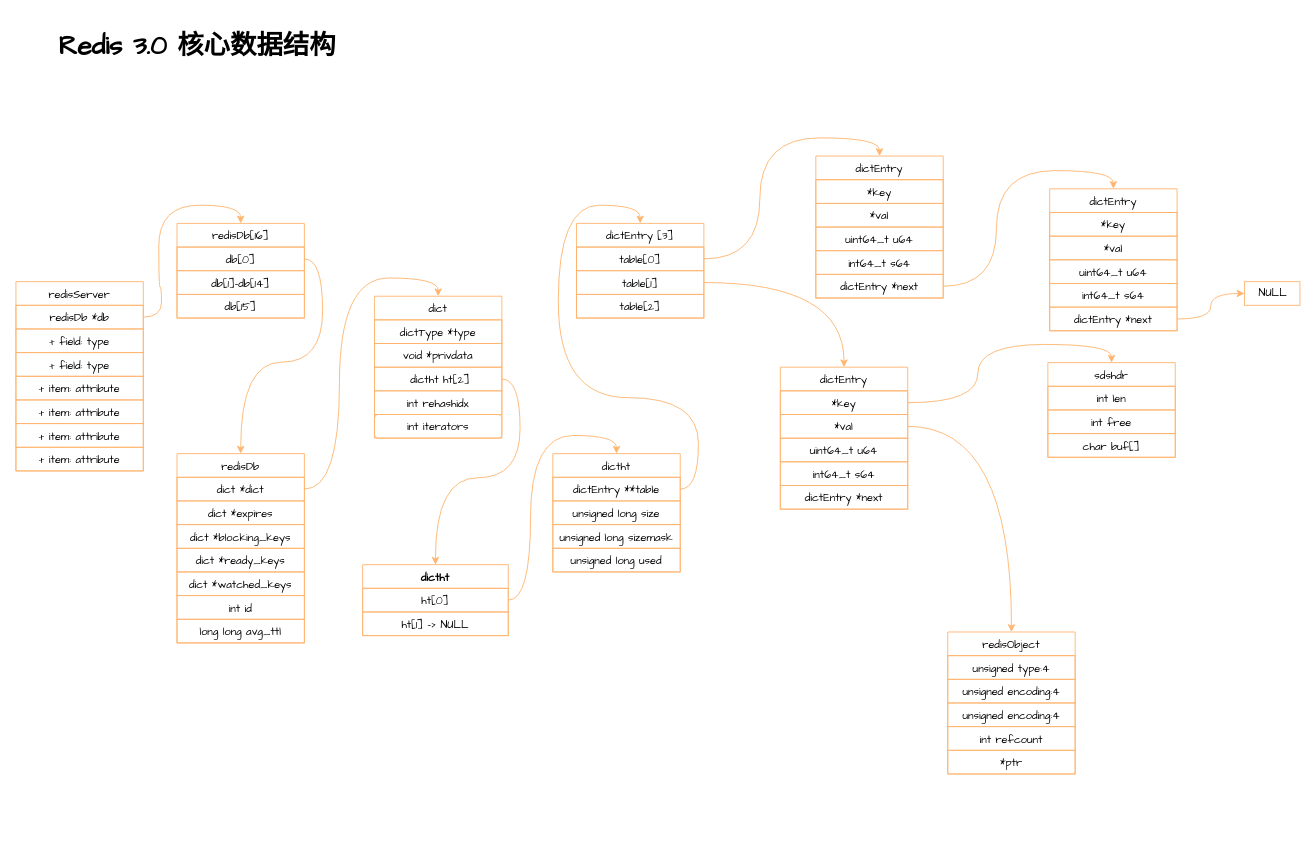
munding/drawio keeps this draw.io diagram as redis-main.drawio. Above is the earlier version. Source tidied: cells renumbered, new cells numbered last; positions are measured from the earlier drawing's top-left corner, leaving out a move shared by most shapes. Both pictures are drawn from the tidied source at 91%, with x=0, y=0 at pixel (15, 15).
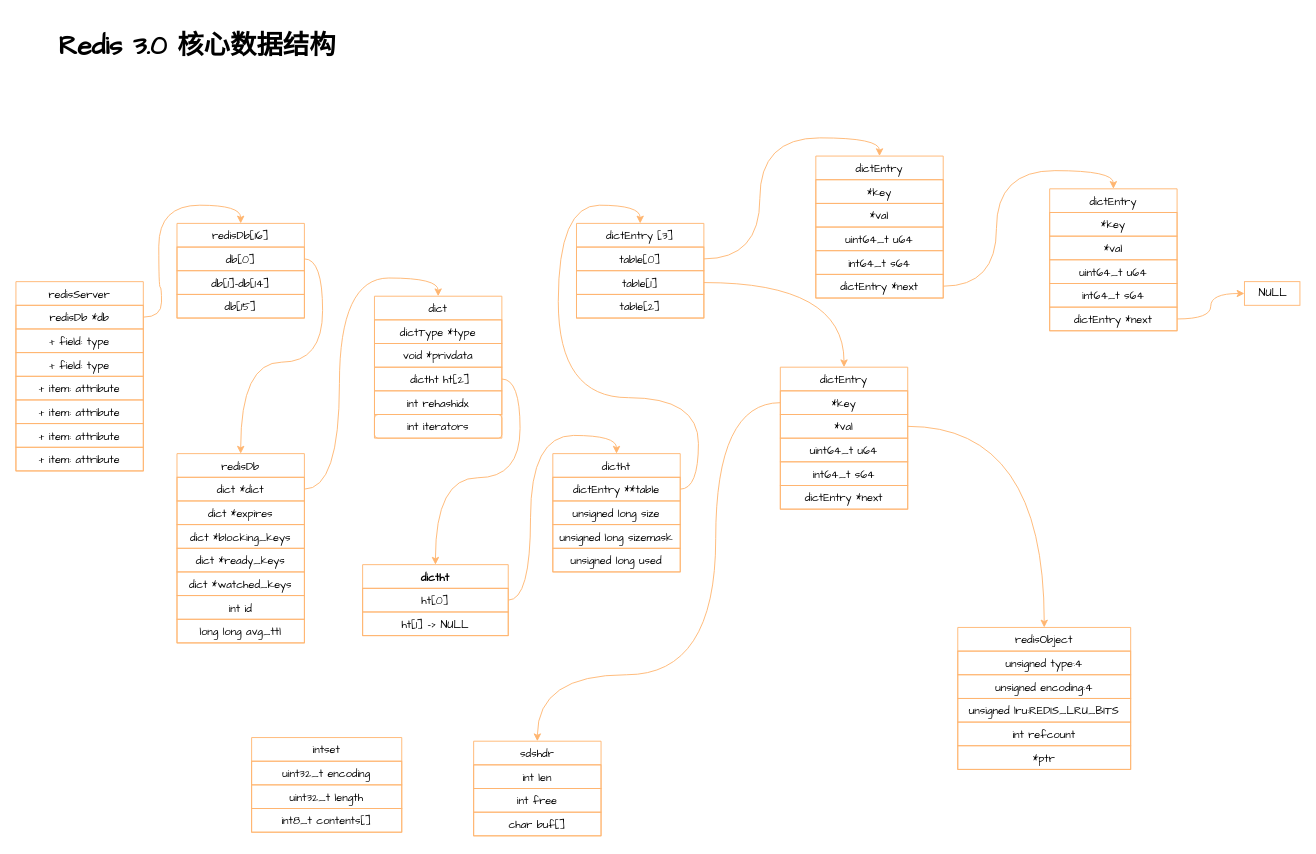
The same diagram, later.

Unchanged cells that the change refers to:
```xml
<mxCell id="64" value="*key" style="text;strokeColor=#FFB570;fillColor=none;align=center;verticalAlign=top;spacingLeft=4;spacingRight=4;overflow=hidden;points=[[0,0.5],[1,0.5]];portConstraint=eastwest;fontFamily=Comic Sans MS;" parent="63" vertex="1">
  <mxGeometry y="26" width="140" height="26" as="geometry" />
</mxCell>
```

The edit, as a diff of the source:
```diff
@@
-    <mxCell id="49" value="sdshdr" style="swimlane;fontStyle=0;horizontal=1;startSize=26;fillColor=none;fontFamily=Comic Sans MS;fontSize=12;strokeColor=#FFB570;align=center;" parent="1" vertex="1">
-      <mxGeometry x="1134" y="381" width="140" height="104" as="geometry" />
-    </mxCell>
-    <mxCell id="50" value="int len" style="text;strokeColor=#FFB570;fillColor=none;align=center;verticalAlign=top;spacingLeft=4;spacingRight=4;overflow=hidden;fontFamily=Comic Sans MS;fontSize=12;" parent="49" vertex="1">
-      <mxGeometry y="26" width="140" height="26" as="geometry" />
-    </mxCell>
-    <mxCell id="51" value="int free" style="text;strokeColor=#FFB570;fillColor=none;align=center;verticalAlign=top;spacingLeft=4;spacingRight=4;overflow=hidden;fontFamily=Comic Sans MS;fontSize=12;" parent="49" vertex="1">
-      <mxGeometry y="52" width="140" height="26" as="geometry" />
-    </mxCell>
-    <mxCell id="52" value="char buf[]" style="text;strokeColor=#FFB570;fillColor=none;align=center;verticalAlign=top;spacingLeft=4;spacingRight=4;overflow=hidden;fontFamily=Comic Sans MS;fontSize=12;" parent="49" vertex="1">
-      <mxGeometry y="78" width="140" height="26" as="geometry" />
-    </mxCell>
-    <mxCell id="53" style="edgeStyle=orthogonalEdgeStyle;curved=1;jettySize=auto;html=1;exitX=1;exitY=0.5;exitDx=0;exitDy=0;entryX=0.5;entryY=0;entryDx=0;entryDy=0;fontFamily=Comic Sans MS;fontSize=12;strokeColor=#FFB570;" parent="1" edge="1" source="64" target="49">
-      <mxGeometry relative="1" as="geometry" />
-    </mxCell>
@@
     <mxCell id="57" value="redisObject" style="swimlane;fontStyle=0;horizontal=1;startSize=26;fillColor=none;fontFamily=Comic Sans MS;fontSize=12;strokeColor=#FFB570;align=center;" parent="1" vertex="1">
-      <mxGeometry x="1024" y="677" width="140" height="156" as="geometry" />
+      <mxGeometry x="1035" y="672" width="190" height="156" as="geometry" />
     </mxCell>
     <mxCell id="58" value="unsigned type:4" style="text;strokeColor=#FFB570;fillColor=none;align=center;verticalAlign=top;spacingLeft=4;spacingRight=4;overflow=hidden;fontFamily=Comic Sans MS;fontSize=12;" parent="57" vertex="1">
-      <mxGeometry y="26" width="140" height="26" as="geometry" />
+      <mxGeometry y="26" width="190" height="26" as="geometry" />
     </mxCell>
     <mxCell id="59" value="unsigned encoding:4" style="text;strokeColor=#FFB570;fillColor=none;align=center;verticalAlign=top;spacingLeft=4;spacingRight=4;overflow=hidden;fontFamily=Comic Sans MS;fontSize=12;" parent="57" vertex="1">
-      <mxGeometry y="52" width="140" height="26" as="geometry" />
+      <mxGeometry y="52" width="190" height="26" as="geometry" />
     </mxCell>
-    <mxCell id="60" value="unsigned encoding:4" style="text;strokeColor=#FFB570;fillColor=none;align=center;verticalAlign=top;spacingLeft=4;spacingRight=4;overflow=hidden;fontFamily=Comic Sans MS;fontSize=12;" parent="57" vertex="1">
-      <mxGeometry y="78" width="140" height="26" as="geometry" />
+    <mxCell id="60" value="unsigned lru:REDIS_LRU_BITS" style="text;strokeColor=#FFB570;fillColor=none;align=center;verticalAlign=top;spacingLeft=4;spacingRight=4;overflow=hidden;fontFamily=Comic Sans MS;fontSize=12;" parent="57" vertex="1">
+      <mxGeometry y="78" width="190" height="26" as="geometry" />
     </mxCell>
     <mxCell id="61" value="int refcount" style="text;strokeColor=#FFB570;fillColor=none;align=center;verticalAlign=top;spacingLeft=4;spacingRight=4;overflow=hidden;fontFamily=Comic Sans MS;fontSize=12;" parent="57" vertex="1">
-      <mxGeometry y="104" width="140" height="26" as="geometry" />
+      <mxGeometry y="104" width="190" height="26" as="geometry" />
     </mxCell>
     <mxCell id="62" value="*ptr" style="text;strokeColor=#FFB570;fillColor=none;align=center;verticalAlign=top;spacingLeft=4;spacingRight=4;overflow=hidden;fontFamily=Comic Sans MS;fontSize=12;" parent="57" vertex="1">
-      <mxGeometry y="130" width="140" height="26" as="geometry" />
+      <mxGeometry y="130" width="190" height="26" as="geometry" />
     </mxCell>
@@
+    <mxCell id="82" value="intset" style="swimlane;fontStyle=0;horizontal=1;startSize=26;fillColor=none;strokeColor=#FFB570;fontFamily=Comic Sans MS;align=center;" parent="1" vertex="1">
+      <mxGeometry x="259" y="793" width="165" height="104" as="geometry" />
+    </mxCell>
+    <mxCell id="83" value="uint32_t encoding" style="text;strokeColor=#FFB570;fillColor=none;align=center;verticalAlign=top;spacingLeft=4;spacingRight=4;overflow=hidden;fontFamily=Comic Sans MS;" parent="82" vertex="1">
+      <mxGeometry y="26" width="165" height="26" as="geometry" />
+    </mxCell>
+    <mxCell id="84" value="uint32_t length" style="text;strokeColor=#FFB570;fillColor=none;align=center;verticalAlign=top;spacingLeft=4;spacingRight=4;overflow=hidden;fontFamily=Comic Sans MS;" parent="82" vertex="1">
+      <mxGeometry y="52" width="165" height="26" as="geometry" />
+    </mxCell>
+    <mxCell id="85" value="int8_t contents[]" style="text;strokeColor=#FFB570;fillColor=none;align=center;verticalAlign=top;spacingLeft=4;spacingRight=4;overflow=hidden;fontFamily=Comic Sans MS;" parent="82" vertex="1">
+      <mxGeometry y="78" width="165" height="26" as="geometry" />
+    </mxCell>
+    <mxCell id="49" value="sdshdr" style="swimlane;fontStyle=0;horizontal=1;startSize=26;fillColor=none;fontFamily=Comic Sans MS;fontSize=12;strokeColor=#FFB570;align=center;" parent="1" vertex="1">
+      <mxGeometry x="503" y="797" width="140" height="104" as="geometry" />
+    </mxCell>
+    <mxCell id="50" value="int len" style="text;strokeColor=#FFB570;fillColor=none;align=center;verticalAlign=top;spacingLeft=4;spacingRight=4;overflow=hidden;fontFamily=Comic Sans MS;fontSize=12;" parent="49" vertex="1">
+      <mxGeometry y="26" width="140" height="26" as="geometry" />
+    </mxCell>
+    <mxCell id="51" value="int free" style="text;strokeColor=#FFB570;fillColor=none;align=center;verticalAlign=top;spacingLeft=4;spacingRight=4;overflow=hidden;fontFamily=Comic Sans MS;fontSize=12;" parent="49" vertex="1">
+      <mxGeometry y="52" width="140" height="26" as="geometry" />
+    </mxCell>
+    <mxCell id="52" value="char buf[]" style="text;strokeColor=#FFB570;fillColor=none;align=center;verticalAlign=top;spacingLeft=4;spacingRight=4;overflow=hidden;fontFamily=Comic Sans MS;fontSize=12;" parent="49" vertex="1">
+      <mxGeometry y="78" width="140" height="26" as="geometry" />
+    </mxCell>
+    <mxCell id="53" style="edgeStyle=orthogonalEdgeStyle;jettySize=auto;html=1;exitX=0;exitY=0.5;exitDx=0;exitDy=0;entryX=0.5;entryY=0;entryDx=0;entryDy=0;fontFamily=Comic Sans MS;curved=1;strokeColor=#FFB570;" parent="1" edge="1" source="64" target="49">
+      <mxGeometry relative="1" as="geometry">
+        <Array as="points">
+          <mxPoint x="769" y="425" />
+          <mxPoint x="769" y="724" />
+          <mxPoint x="573" y="724" />
+        </Array>
+      </mxGeometry>
+    </mxCell>
```
